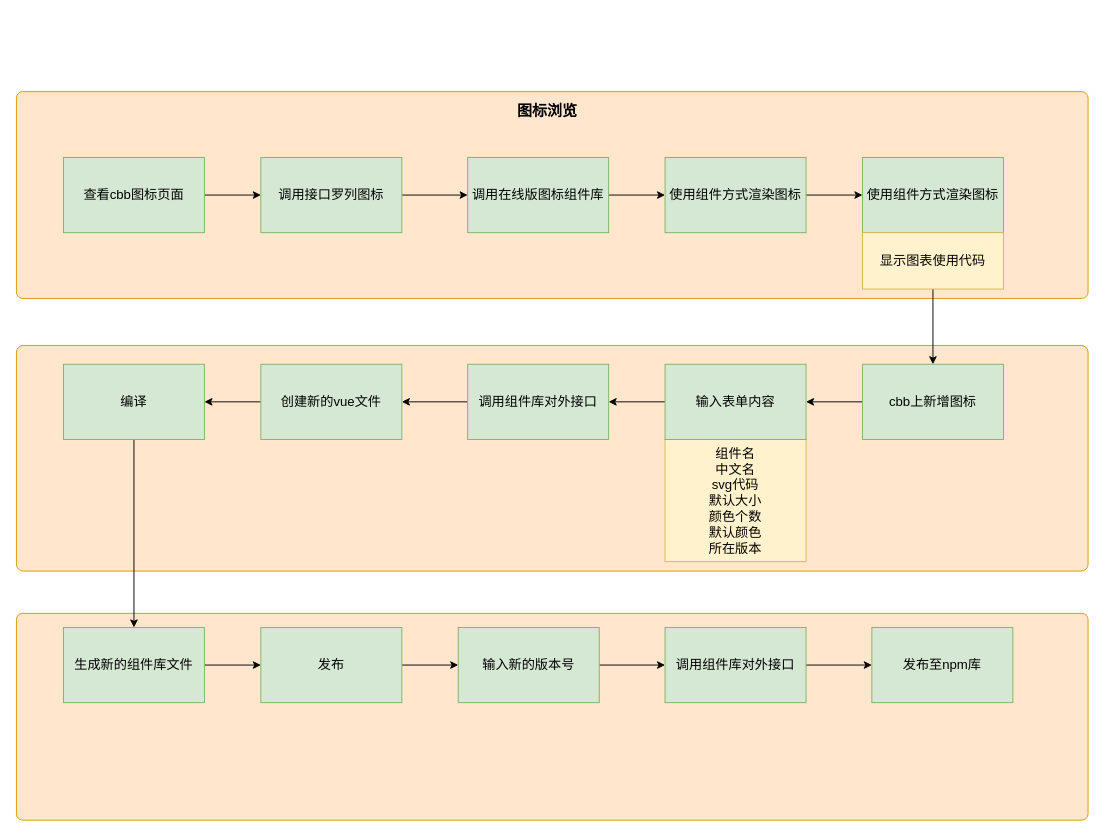
Above: 图标库整体流程.drawio in meterXu/drawiofile (draw.io), before the change. Source tidied: cells renumbered, new cells numbered last; positions are measured from the earlier drawing's top-left corner, leaving out a move shared by most shapes. Both pictures are drawn from the tidied source at 94%, with x=0, y=0 at pixel (16, 91).
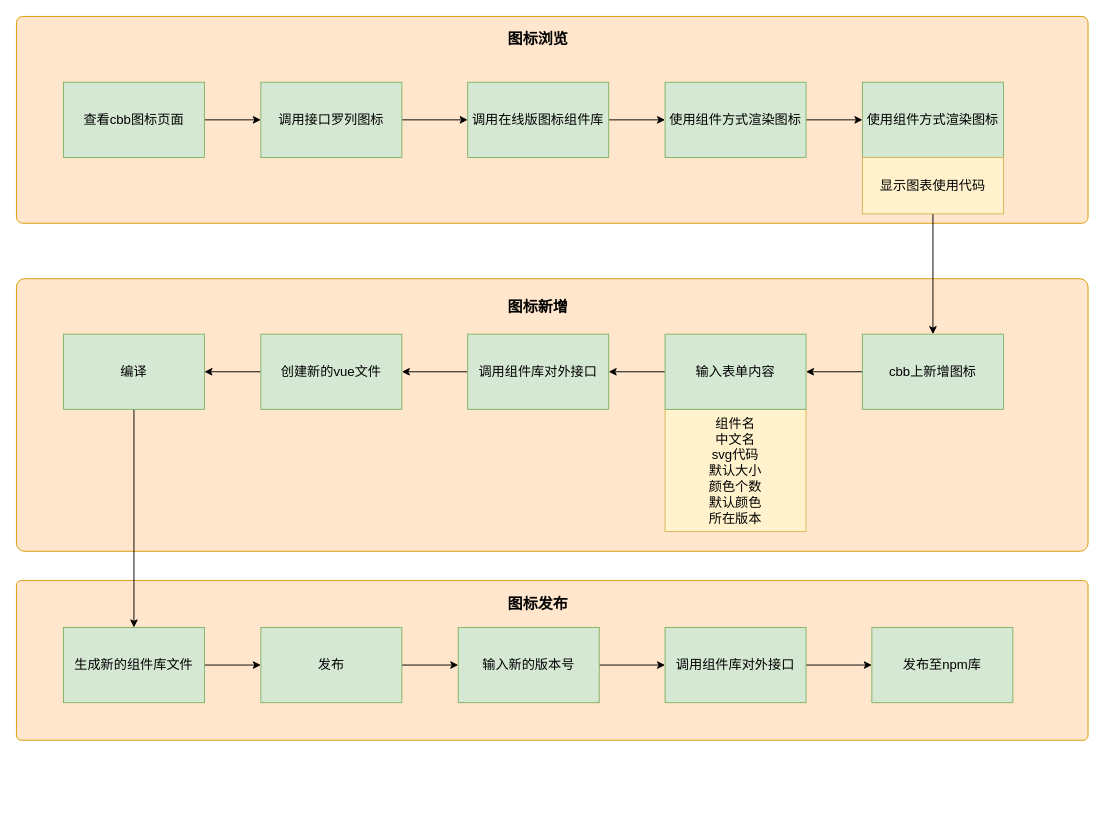
The same page after the edit.

Commit message (it also covers changes not shown here):
更新图标库整体流程.drawio

Change to the diagram source:
```diff
@@
     <mxCell id="2" style="rounded=1;whiteSpace=wrap;html=1;fontSize=14;fillColor=#ffe6cc;strokeColor=#d79b00;arcSize=3;" parent="1" vertex="1">
-      <mxGeometry y="555" width="1140" height="220" as="geometry" />
+      <mxGeometry y="520" width="1140" height="170" as="geometry" />
     </mxCell>
     <mxCell id="3" style="rounded=1;whiteSpace=wrap;html=1;fontSize=14;fillColor=#ffe6cc;strokeColor=#d79b00;arcSize=3;" parent="1" vertex="1">
-      <mxGeometry y="270" width="1140" height="240" as="geometry" />
+      <mxGeometry y="199" width="1140" height="290" as="geometry" />
     </mxCell>
     <mxCell id="4" style="rounded=1;whiteSpace=wrap;html=1;fontSize=14;fillColor=#ffe6cc;strokeColor=#d79b00;arcSize=3;" parent="1" vertex="1">
-      <mxGeometry width="1140" height="220" as="geometry" />
+      <mxGeometry y="-80" width="1140" height="220" as="geometry" />
     </mxCell>
@@
     <mxCell id="6" value="查看cbb图标页面" style="rounded=0;whiteSpace=wrap;html=1;fillColor=#d5e8d4;strokeColor=#82b366;fontSize=14;" parent="1" vertex="1">
-      <mxGeometry x="50" y="70" width="150" height="80" as="geometry" />
+      <mxGeometry x="50" y="-10" width="150" height="80" as="geometry" />
     </mxCell>
     <mxCell id="7" value="组件名&lt;br style=&quot;font-size: 14px;&quot;&gt;中文名&lt;br style=&quot;font-size: 14px;&quot;&gt;svg代码&lt;br style=&quot;font-size: 14px;&quot;&gt;默认大小&lt;br style=&quot;font-size: 14px;&quot;&gt;颜色个数&lt;br style=&quot;font-size: 14px;&quot;&gt;默认颜色&lt;br style=&quot;font-size: 14px;&quot;&gt;所在版本" style="rounded=0;whiteSpace=wrap;html=1;fontSize=14;fillColor=#fff2cc;strokeColor=#d6b656;" parent="1" vertex="1">
-      <mxGeometry x="690" y="370" width="150" height="130" as="geometry" />
+      <mxGeometry x="690" y="338" width="150" height="130" as="geometry" />
     </mxCell>
@@
     <mxCell id="9" value="&lt;font style=&quot;font-size: 14px&quot;&gt;调用接口罗列图标&lt;/font&gt;" style="rounded=0;whiteSpace=wrap;html=1;fillColor=#d5e8d4;strokeColor=#82b366;" parent="1" vertex="1">
-      <mxGeometry x="260" y="70" width="150" height="80" as="geometry" />
+      <mxGeometry x="260" y="-10" width="150" height="80" as="geometry" />
     </mxCell>
@@
     <mxCell id="11" value="&lt;span style=&quot;font-size: 14px&quot;&gt;调用在线版图标组件库&lt;/span&gt;" style="rounded=0;whiteSpace=wrap;html=1;fillColor=#d5e8d4;strokeColor=#82b366;" parent="1" vertex="1">
-      <mxGeometry x="480" y="70" width="150" height="80" as="geometry" />
+      <mxGeometry x="480" y="-10" width="150" height="80" as="geometry" />
     </mxCell>
@@
     <mxCell id="13" value="&lt;span style=&quot;font-size: 14px&quot;&gt;使用组件方式渲染图标&lt;/span&gt;" style="rounded=0;whiteSpace=wrap;html=1;fillColor=#d5e8d4;strokeColor=#82b366;" parent="1" vertex="1">
-      <mxGeometry x="690" y="70" width="150" height="80" as="geometry" />
+      <mxGeometry x="690" y="-10" width="150" height="80" as="geometry" />
     </mxCell>
     <mxCell id="14" value="&lt;span style=&quot;font-size: 14px&quot;&gt;使用组件方式渲染图标&lt;/span&gt;" style="rounded=0;whiteSpace=wrap;html=1;fillColor=#d5e8d4;strokeColor=#82b366;" parent="1" vertex="1">
-      <mxGeometry x="900" y="70" width="150" height="80" as="geometry" />
+      <mxGeometry x="900" y="-10" width="150" height="80" as="geometry" />
     </mxCell>
@@
     <mxCell id="16" value="&lt;span style=&quot;font-size: 14px&quot;&gt;输入表单内容&lt;/span&gt;" style="rounded=0;whiteSpace=wrap;html=1;fillColor=#d5e8d4;strokeColor=#82b366;" parent="1" vertex="1">
-      <mxGeometry x="690" y="290" width="150" height="80" as="geometry" />
+      <mxGeometry x="690" y="258" width="150" height="80" as="geometry" />
     </mxCell>
@@
     <mxCell id="18" value="&lt;span style=&quot;font-size: 14px&quot;&gt;cbb上新增图标&lt;/span&gt;" style="rounded=0;whiteSpace=wrap;html=1;fillColor=#d5e8d4;strokeColor=#82b366;" parent="1" vertex="1">
-      <mxGeometry x="900" y="290" width="150" height="80" as="geometry" />
+      <mxGeometry x="900" y="258" width="150" height="80" as="geometry" />
     </mxCell>
@@
     <mxCell id="20" value="&lt;span style=&quot;font-size: 14px&quot;&gt;调用组件库对外接口&lt;/span&gt;" style="rounded=0;whiteSpace=wrap;html=1;fillColor=#d5e8d4;strokeColor=#82b366;" parent="1" vertex="1">
-      <mxGeometry x="480" y="290" width="150" height="80" as="geometry" />
+      <mxGeometry x="480" y="258" width="150" height="80" as="geometry" />
     </mxCell>
@@
     <mxCell id="22" value="&lt;span style=&quot;font-size: 14px&quot;&gt;创建新的vue文件&lt;/span&gt;" style="rounded=0;whiteSpace=wrap;html=1;fillColor=#d5e8d4;strokeColor=#82b366;" parent="1" vertex="1">
-      <mxGeometry x="260" y="290" width="150" height="80" as="geometry" />
+      <mxGeometry x="260" y="258" width="150" height="80" as="geometry" />
     </mxCell>
@@
     <mxCell id="26" value="&lt;span style=&quot;font-size: 14px&quot;&gt;编译&lt;/span&gt;" style="rounded=0;whiteSpace=wrap;html=1;fillColor=#d5e8d4;strokeColor=#82b366;" parent="1" vertex="1">
-      <mxGeometry x="50" y="290" width="150" height="80" as="geometry" />
+      <mxGeometry x="50" y="258" width="150" height="80" as="geometry" />
     </mxCell>
@@
     <mxCell id="34" value="&lt;b&gt;&lt;font style=&quot;font-size: 16px&quot;&gt;图标浏览&lt;/font&gt;&lt;/b&gt;" style="text;html=1;strokeColor=none;fillColor=none;align=center;verticalAlign=middle;whiteSpace=wrap;rounded=0;fontSize=14;" parent="1" vertex="1">
-      <mxGeometry x="500" y="10" width="130" height="20" as="geometry" />
+      <mxGeometry x="490" y="-66" width="130" height="20" as="geometry" />
     </mxCell>
@@
     <mxCell id="36" value="显示图表使用代码" style="rounded=0;whiteSpace=wrap;html=1;fontSize=14;fillColor=#fff2cc;strokeColor=#d6b656;" parent="1" vertex="1">
-      <mxGeometry x="900" y="150" width="150" height="60" as="geometry" />
+      <mxGeometry x="900" y="70" width="150" height="60" as="geometry" />
     </mxCell>
+    <mxCell id="37" value="&lt;b&gt;&lt;font style=&quot;font-size: 16px&quot;&gt;图标新增&lt;/font&gt;&lt;/b&gt;" style="text;html=1;strokeColor=none;fillColor=none;align=center;verticalAlign=middle;whiteSpace=wrap;rounded=0;fontSize=14;" parent="1" vertex="1">
+      <mxGeometry x="490" y="219" width="130" height="20" as="geometry" />
+    </mxCell>
+    <mxCell id="38" value="&lt;b&gt;&lt;font style=&quot;font-size: 16px&quot;&gt;图标发布&lt;/font&gt;&lt;/b&gt;" style="text;html=1;strokeColor=none;fillColor=none;align=center;verticalAlign=middle;whiteSpace=wrap;rounded=0;fontSize=14;" parent="1" vertex="1">
+      <mxGeometry x="490" y="535" width="130" height="20" as="geometry" />
+    </mxCell>
```
